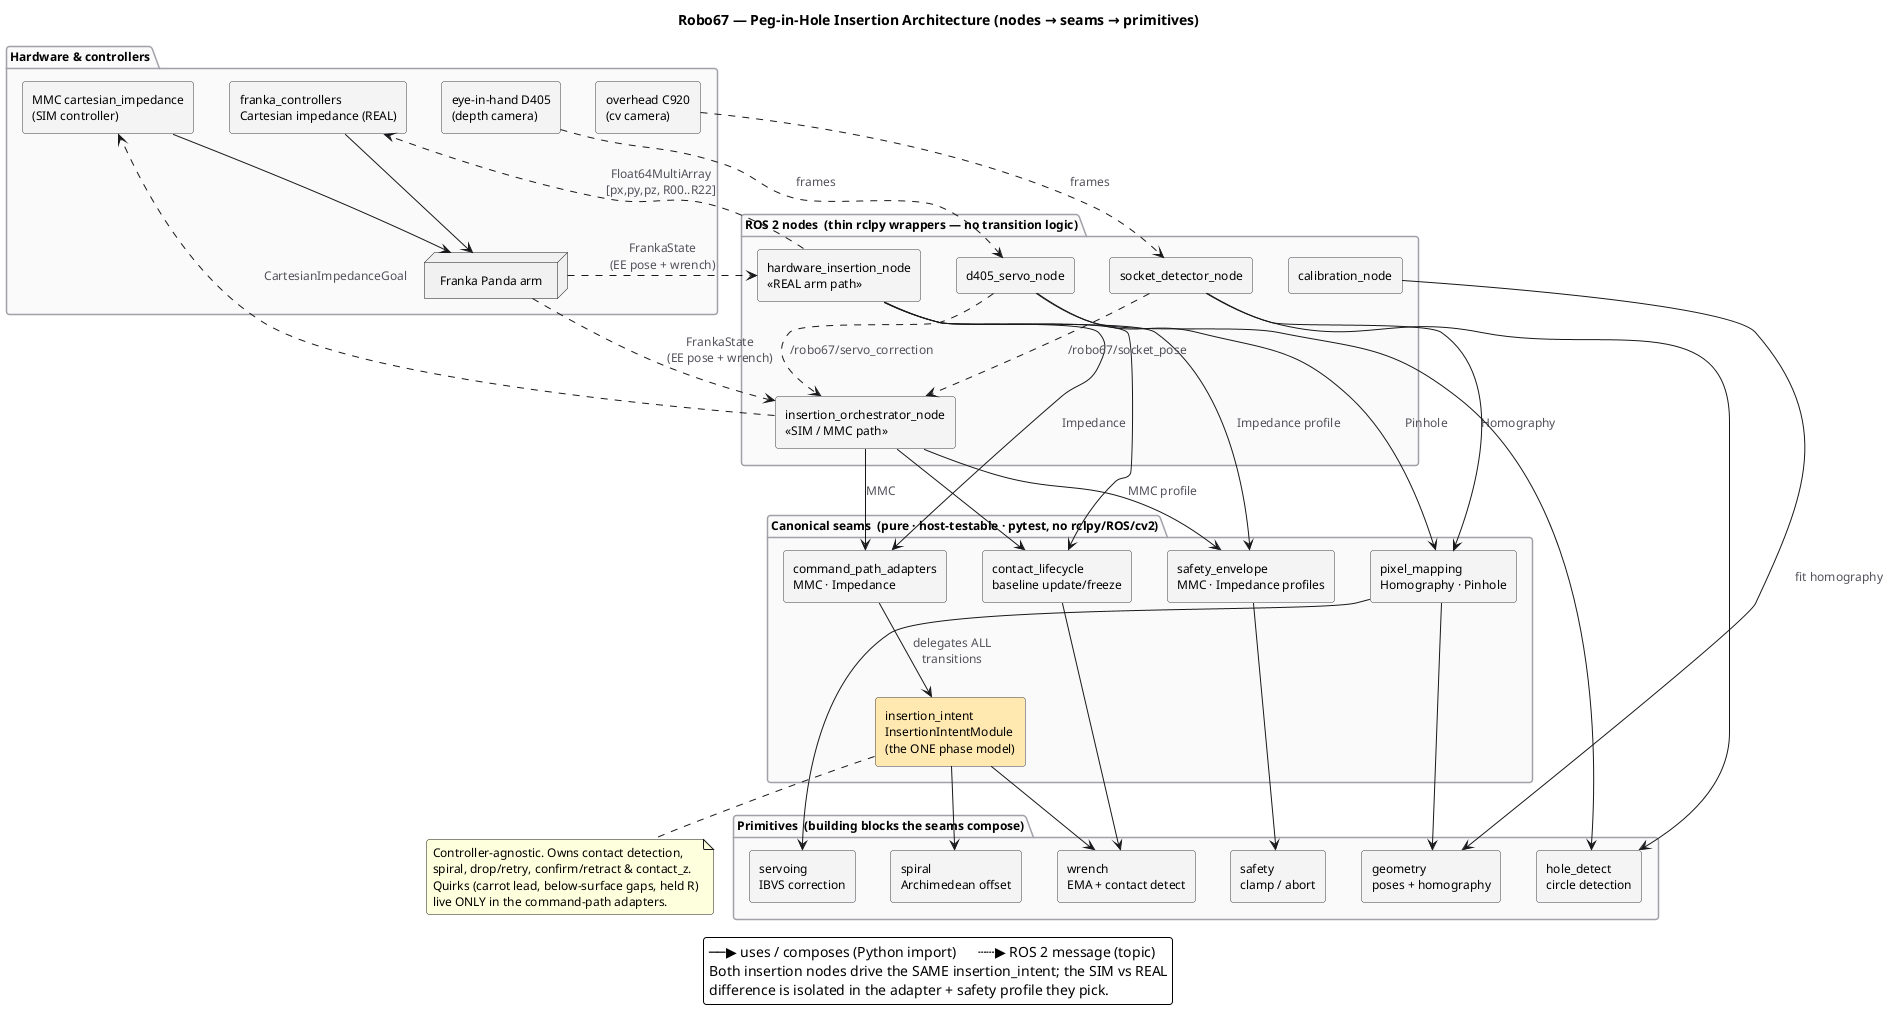
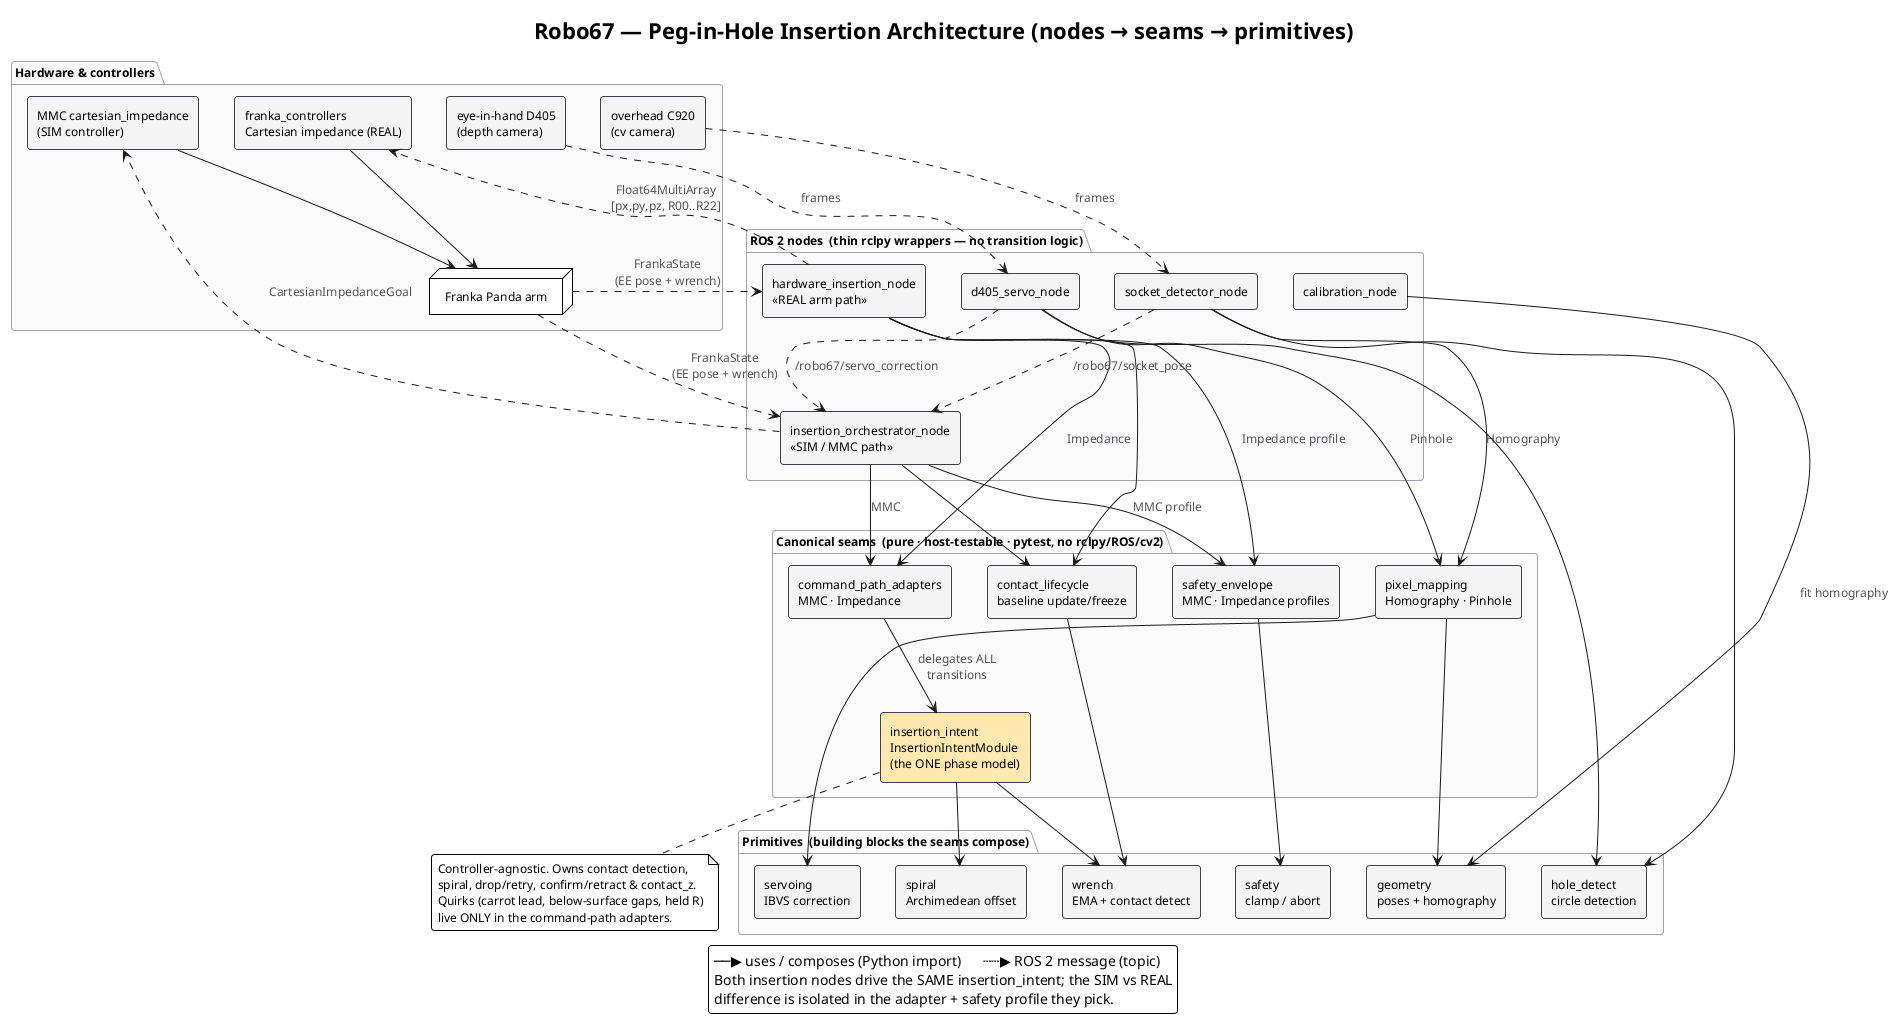
@startuml peg_in_hole_architecture
' ===========================================================================
' Robo67 -- Peg-in-Hole Insertion CODE ARCHITECTURE (the "how it fits" side)
' Component diagram of robo67_insertion: thin ROS nodes compose pure,
' host-testable seams, which compose primitive building blocks.
' See docs/adr/0001-canonical-insertion-intent-module.md
' ===========================================================================
+ !theme plain
skinparam backgroundColor #FFFFFF
skinparam shadowing false
skinparam roundCorner 6
skinparam defaultFontName "Inter, Helvetica, Arial, sans-serif"
skinparam defaultFontSize 12
skinparam ArrowColor #18181B
skinparam ArrowFontColor #52525B
skinparam componentStyle rectangle
skinparam ComponentBorderColor #3F3F46
skinparam ComponentBackgroundColor #F4F4F5
skinparam PackageBorderColor #A1A1AA
skinparam PackageBackgroundColor #FAFAFA

title Robo67 — Peg-in-Hole Insertion Architecture (nodes → seams → primitives)

' --------------------------------------------------------------------------
package "Hardware & controllers" {
  node "Franka Panda arm" as ARM
  component "overhead C920\n(cv camera)" as C920
  component "eye-in-hand D405\n(depth camera)" as D405
  component "MMC cartesian_impedance\n(SIM controller)" as MMC
  component "franka_controllers\nCartesian impedance (REAL)" as FCTRL
}

' --------------------------------------------------------------------------
package "ROS 2 nodes  (thin rclpy wrappers — no transition logic)" {
  component "socket_detector_node" as NDET
  component "d405_servo_node" as NSERVO
  component "insertion_orchestrator_node\n«SIM / MMC path»" as NORCH
  component "hardware_insertion_node\n«REAL arm path»" as NHW
  component "calibration_node" as NCAL
}

' --------------------------------------------------------------------------
package "Canonical seams  (pure · host-testable · pytest, no rclpy/ROS/cv2)" {
  component "insertion_intent\nInsertionIntentModule\n(the ONE phase model)" as INTENT #FFE9B0
  component "command_path_adapters\nMMC · Impedance" as ADAPT
  component "contact_lifecycle\nbaseline update/freeze" as CLIFE
  component "safety_envelope\nMMC · Impedance profiles" as SENV
  component "pixel_mapping\nHomography · Pinhole" as PMAP
}

' --------------------------------------------------------------------------
package "Primitives  (building blocks the seams compose)" {
  component "wrench\nEMA + contact detect" as WRENCH
  component "spiral\nArchimedean offset" as SPIRAL
  component "safety\nclamp / abort" as SAFE
  component "geometry\nposes + homography" as GEOM
  component "servoing\nIBVS correction" as SERVO
  component "hole_detect\ncircle detection" as HOLE
}

' === nodes -> seams (composition) =========================================
NDET    --> HOLE
NDET    --> PMAP   : Homography
NSERVO  --> HOLE
NSERVO  --> PMAP   : Pinhole
NORCH   --> ADAPT  : MMC
NORCH   --> CLIFE
NORCH   --> SENV   : MMC profile
NHW     --> ADAPT  : Impedance
NHW     --> CLIFE
NHW     --> SENV   : Impedance profile
NCAL    --> GEOM   : fit homography

' === seams -> seams / primitives ==========================================
ADAPT   --> INTENT : delegates ALL\ntransitions
INTENT  --> SPIRAL
INTENT  --> WRENCH
CLIFE   --> WRENCH
SENV    --> SAFE
PMAP    --> GEOM
PMAP    --> SERVO

' === ROS message flow (dashed) ============================================
C920   ..>  NDET   : frames
D405   ..>  NSERVO : frames
NDET   ..>  NORCH  : /robo67/socket_pose
NSERVO ..>  NORCH  : /robo67/servo_correction
NORCH  ..>  MMC    : CartesianImpedanceGoal
NHW    ..>  FCTRL  : Float64MultiArray\n[px,py,pz, R00..R22]
MMC    -->  ARM
FCTRL  -->  ARM
ARM    ..>  NORCH  : FrankaState\n(EE pose + wrench)
ARM    ..>  NHW    : FrankaState\n(EE pose + wrench)

note bottom of INTENT
  Controller-agnostic. Owns contact detection,
  spiral, drop/retry, confirm/retract & contact_z.
  Quirks (carrot lead, below-surface gaps, held R)
  live ONLY in the command-path adapters.
end note

legend bottom
  ──▶ uses / composes (Python import)      ┄┄▶ ROS 2 message (topic)
  Both insertion nodes drive the SAME insertion_intent; the SIM vs REAL
  difference is isolated in the adapter + safety profile they pick.
endlegend

@enduml
